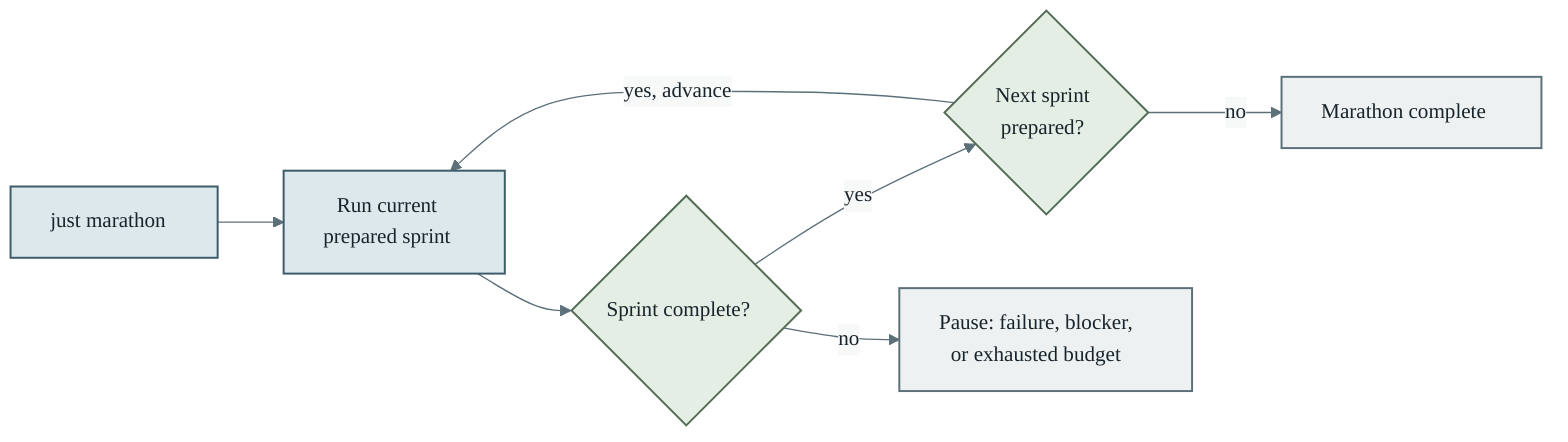
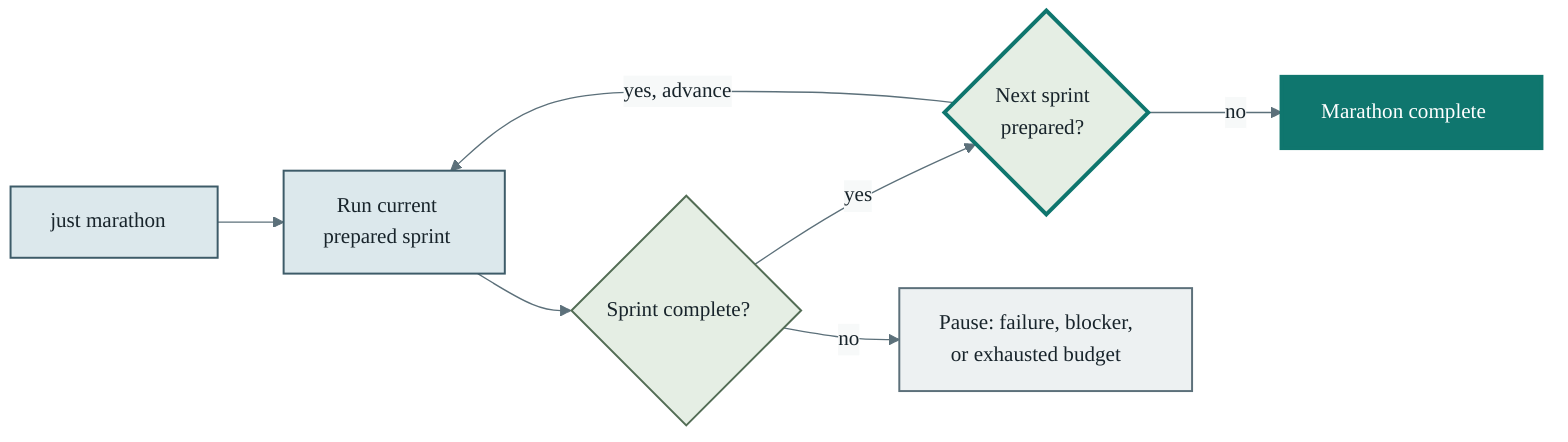
%%{init: {'theme': 'base', 'themeVariables': {'primaryColor': '#DCE8EC', 'primaryTextColor': '#18242B', 'primaryBorderColor': '#3D5B68', 'lineColor': '#5C707A', 'secondaryColor': '#E5EEE4', 'tertiaryColor': '#EDF1F2', 'edgeLabelBackground': '#F7F9F9', 'fontFamily': 'system-ui'}}}%%
flowchart LR
    marathon["just marathon"] --> sprint["Run current<br/>prepared sprint"]
    sprint --> complete{"Sprint complete?"}
    complete -->|yes| next{"Next sprint<br/>prepared?"}
    next -->|yes, advance| sprint
    next -->|no| done["Marathon complete"]
    complete -->|no| pause["Pause: failure, blocker,<br/>or exhausted budget"]

    classDef phase fill:#DCE8EC,stroke:#3D5B68,color:#18242B,stroke-width:1.5px;
    classDef gate fill:#E5EEE4,stroke:#536D55,color:#18242B,stroke-width:1.5px;
+     classDef checkpoint fill:#E5EEE4,stroke:#0F766E,color:#18242B,stroke-width:3px;
    classDef outcome fill:#EDF1F2,stroke:#5C707A,color:#18242B,stroke-width:1.5px;
+     classDef success fill:#0F766E,stroke:#0F766E,color:#FFFFFF,stroke-width:3px;
    class marathon,sprint phase;
-     class complete,next gate;
-     class done,pause outcome;
+     class complete gate;
+     class next checkpoint;
+     class done success;
+     class pause outcome;
